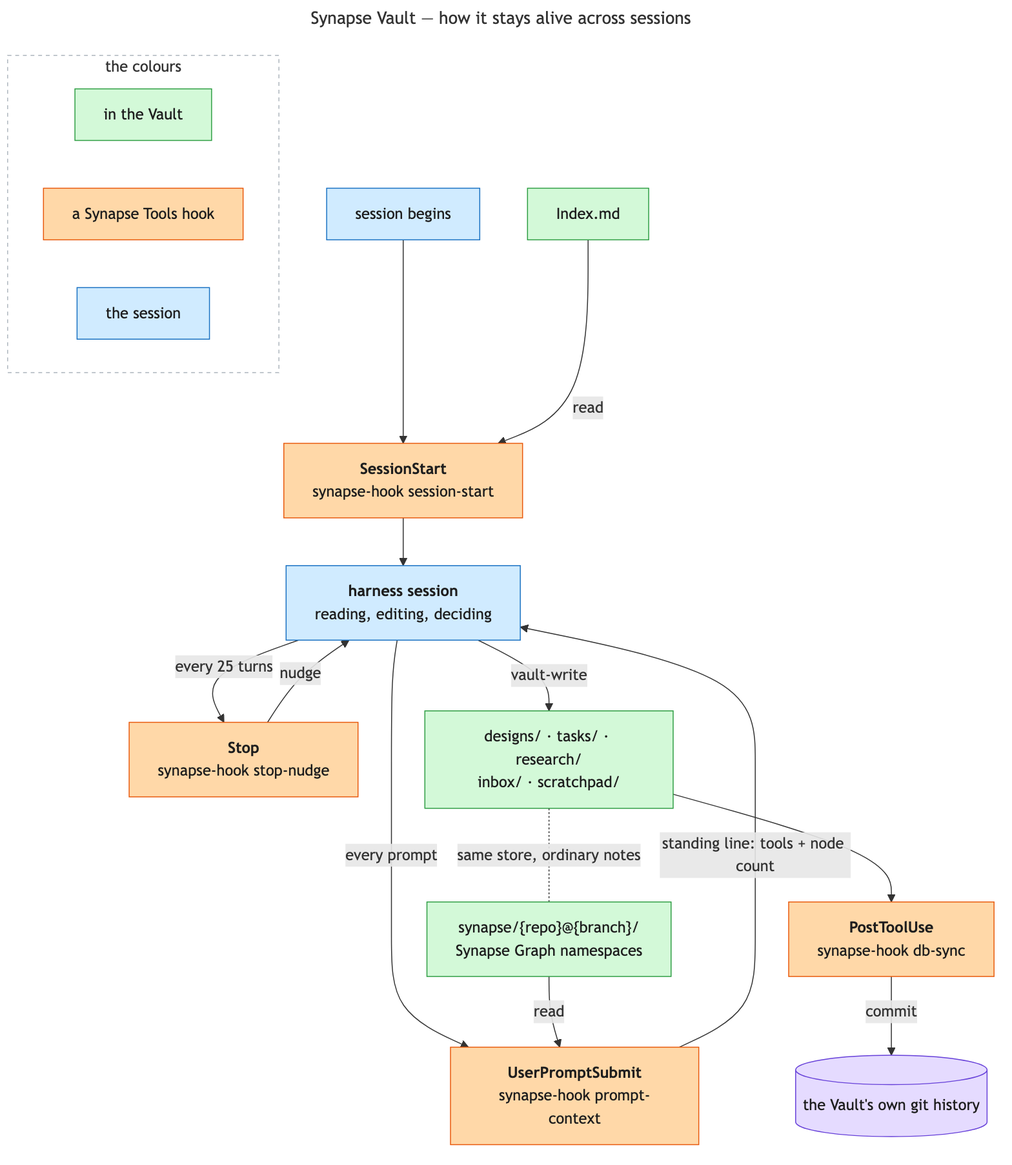
imunitic/synapse keeps this Mermaid diagram as docs/synapse/diagrams/synapse-vault-overview.png. Above is the earlier version. Its source is kept beside it as docs/synapse/diagrams/synapse-vault-overview.mmd.
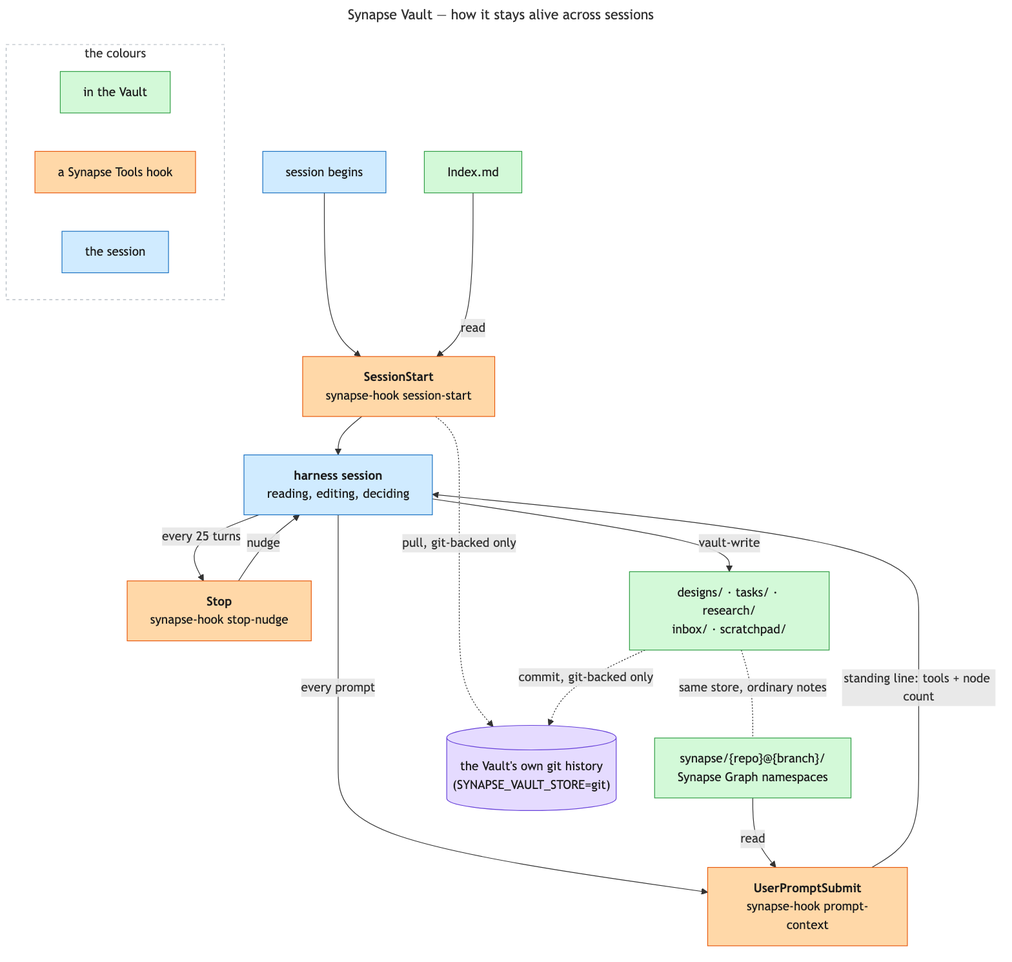
The same file after the commit.

What changed in the source:
```diff
@@ -11,27 +11,26 @@
     H1["<b>SessionStart</b><br/>synapse-hook session-start"]
     WORK["<b>harness session</b><br/>reading, editing, deciding"]
     H2["<b>Stop</b><br/>synapse-hook stop-nudge"]
-    H3["<b>PostToolUse</b><br/>synapse-hook db-sync"]
     H4["<b>UserPromptSubmit</b><br/>synapse-hook prompt-context"]
 
     IDX["Index.md"]
     FOLDERS["designs/ · tasks/ · research/<br/>inbox/ · scratchpad/"]
     SYN["synapse/{repo}@{branch}/<br/>Synapse Graph namespaces"]
-    GIT[("the Vault's own git history")]
+    GIT[("the Vault's own git history<br/>(SYNAPSE_VAULT_STORE=git)")]
 
     BEGIN --> H1
     IDX -->|"read"| H1
     H1 --> WORK
+    H1 -.->|"pull, git-backed only"| GIT
     WORK -->|"every 25 turns"| H2
     H2 -->|"nudge"| WORK
     WORK -->|"every prompt"| H4
     SYN -->|"read"| H4
     H4 -->|"standing line: tools + node count"| WORK
     WORK -->|"vault-write"| FOLDERS
-    FOLDERS --> H3
-    H3 -->|"commit"| GIT
+    FOLDERS -.->|"commit, git-backed only"| GIT
 
-    class H1,H2,H3,H4 hook
+    class H1,H2,H4 hook
     class IDX,FOLDERS,SYN vault
     class BEGIN,WORK session
     class GIT store
```
